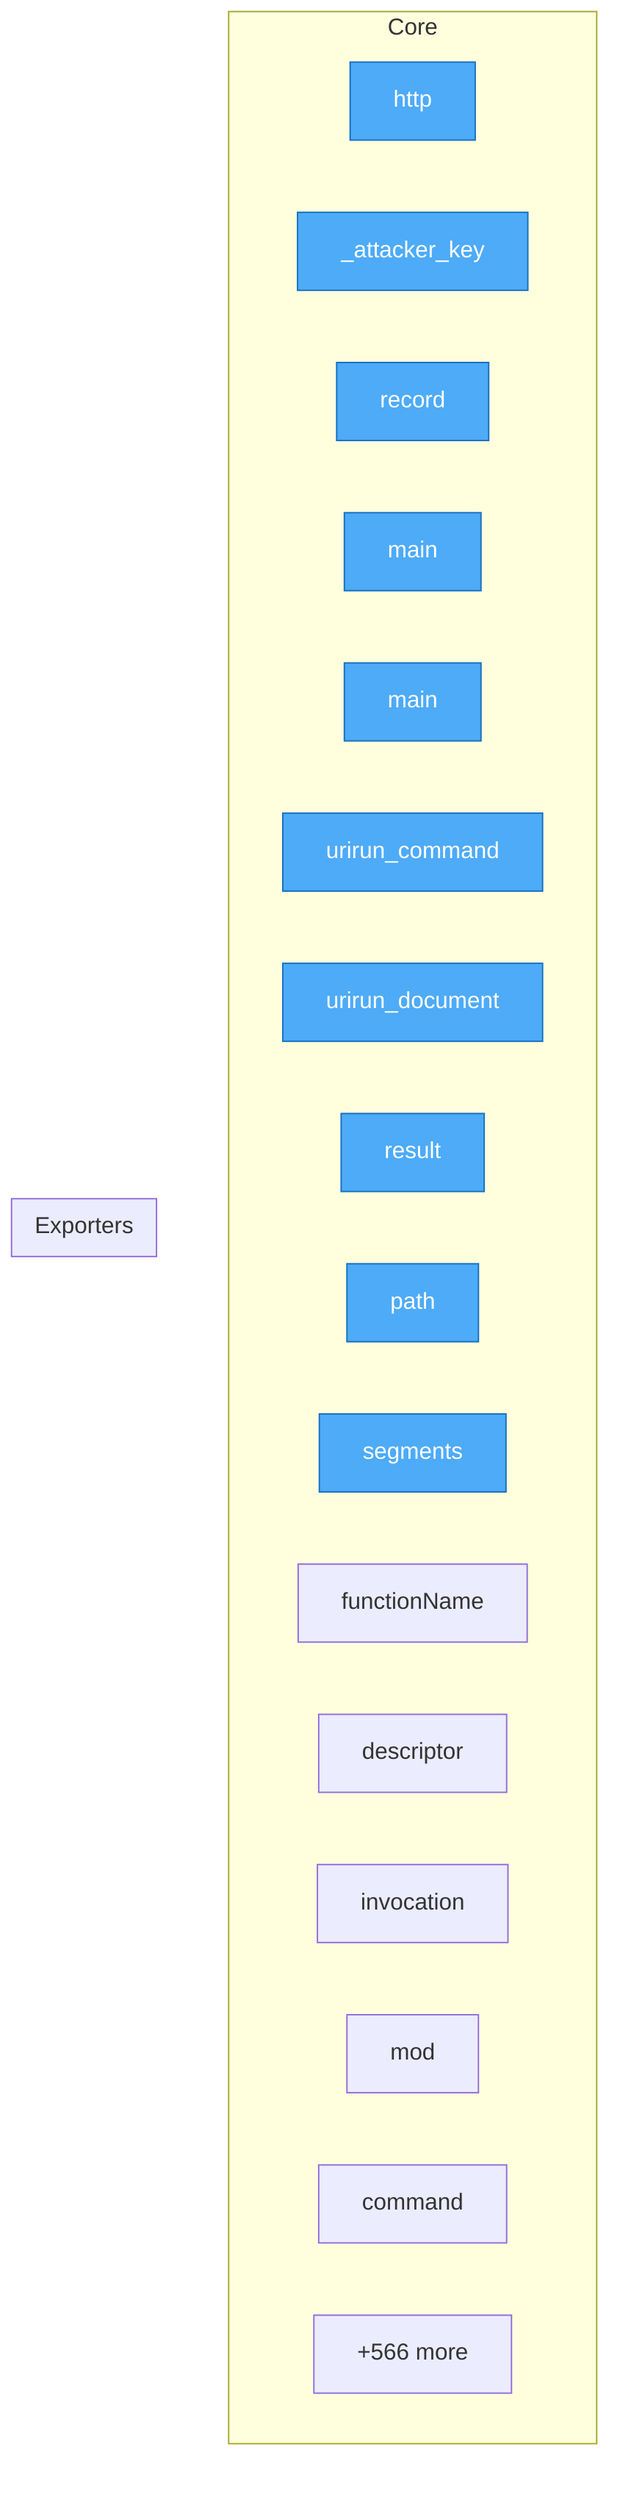
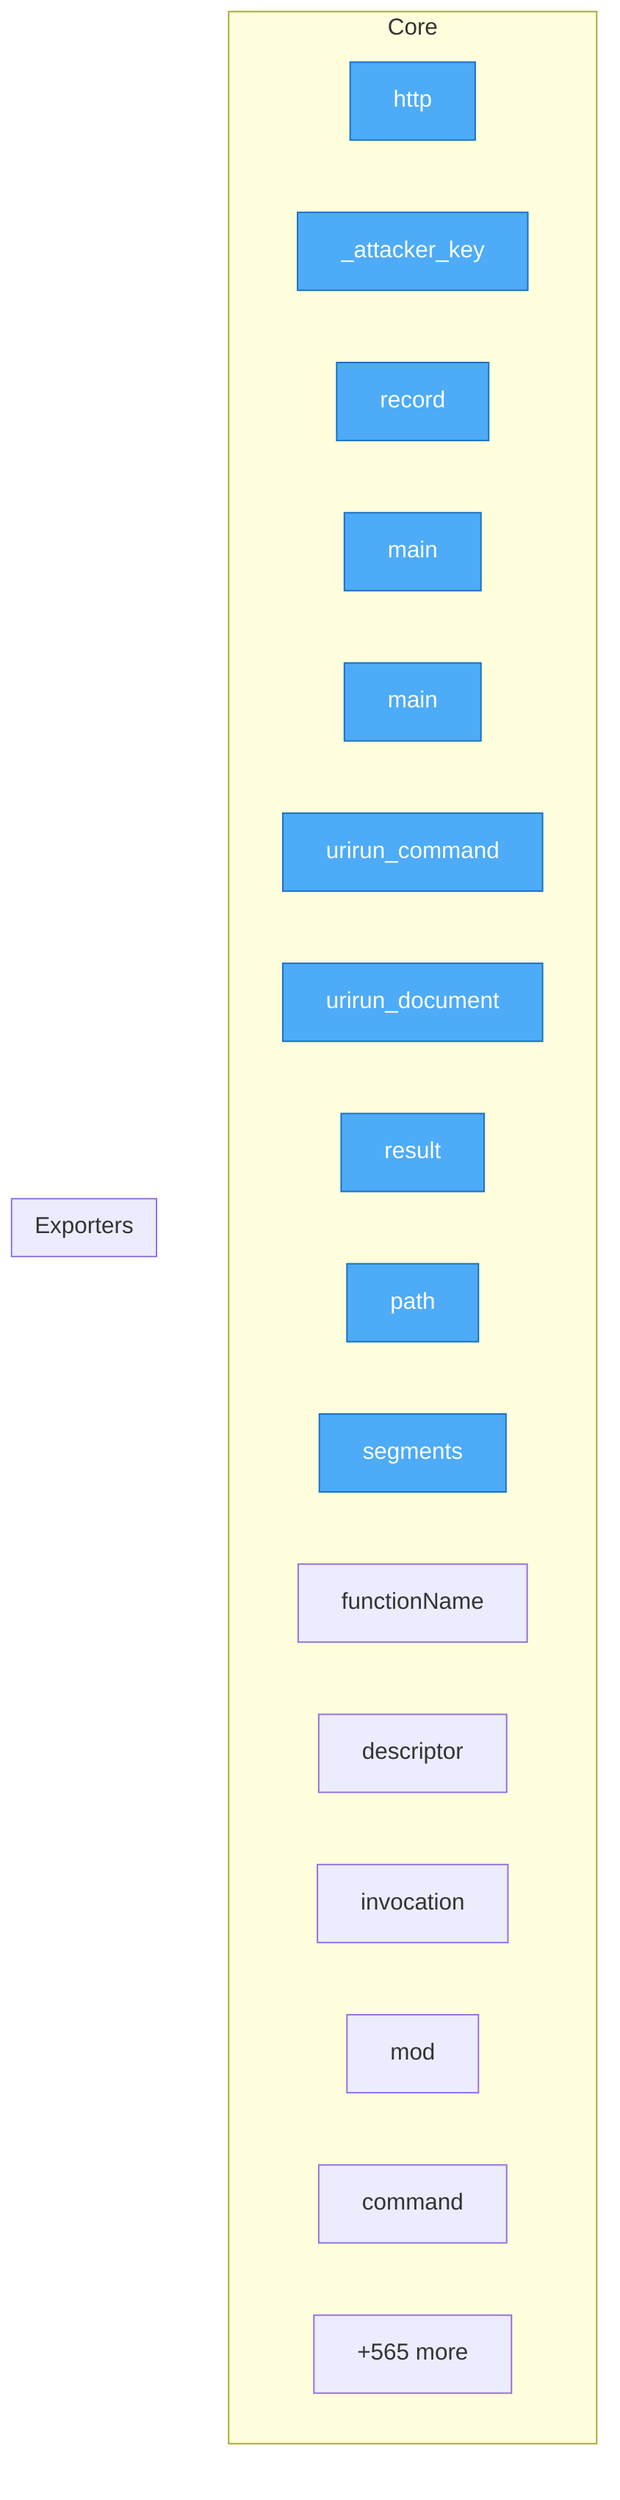
flowchart TD
%% generated in 0.04s

    %% Entry points (blue)
    classDef entry fill:#4dabf7,stroke:#1971c2,color:#fff

    subgraph Core
        security__mesh_probe__probe__http["http"]
        security__mesh_probe__probe___attacker_key["_attacker_key"]
        security__mesh_probe__probe__record["record"]
        adapters__conformance__main["main"]
        adapters__new_connector__main["main"]
        adapters__bash__urirun__urirun_command["urirun_command"]
        adapters__bash__urirun__urirun_document["urirun_document"]
        adapters__js__index__test__result["result"]
        adapters__js__path["path"]
        adapters__js__segments["segments"]
        adapters__js__functionName["functionName"]
        adapters__js__descriptor["descriptor"]
        adapters__js__invocation["invocation"]
        adapters__js__mod["mod"]
        adapters__java__Urirun__Urirun__command["command"]
-         ...["+566 more"]
+         ...["+565 more"]
    end

    subgraph Exporters
    end

    class security__mesh_probe__probe__http,security__mesh_probe__probe___attacker_key,security__mesh_probe__probe__record,adapters__conformance__main,adapters__new_connector__main,adapters__bash__urirun__urirun_command,adapters__bash__urirun__urirun_document,adapters__js__index__test__result,adapters__js__path,adapters__js__segments entry
